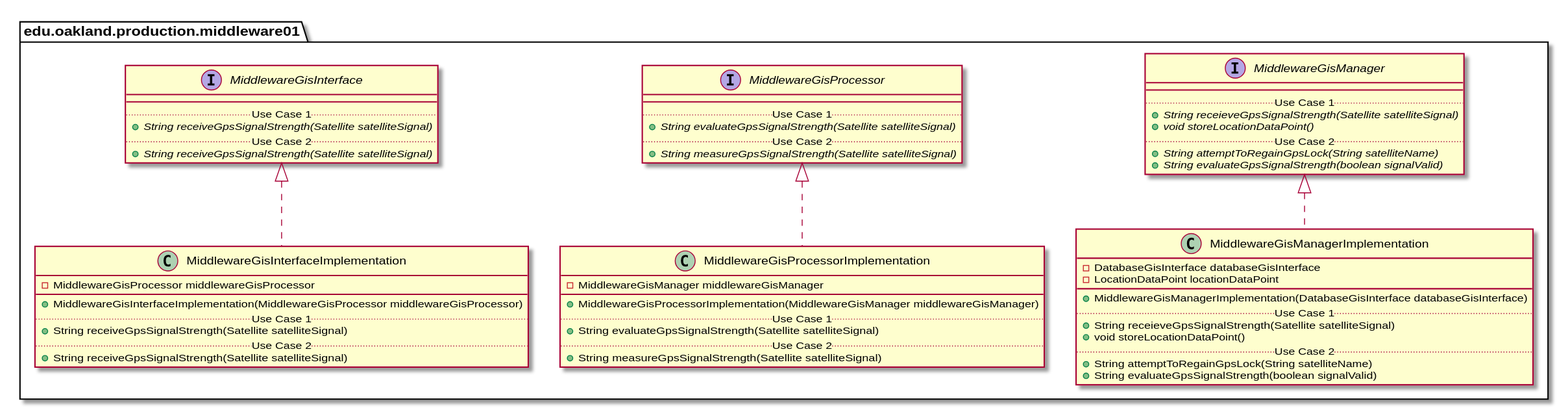
Before: docs/uml-class-diagrams/middleware01/production/Middleware01ProductionPackage_InternalDependencies.svg, a diagram exported from PlantUML (elilley15/csi-3370-software-project).
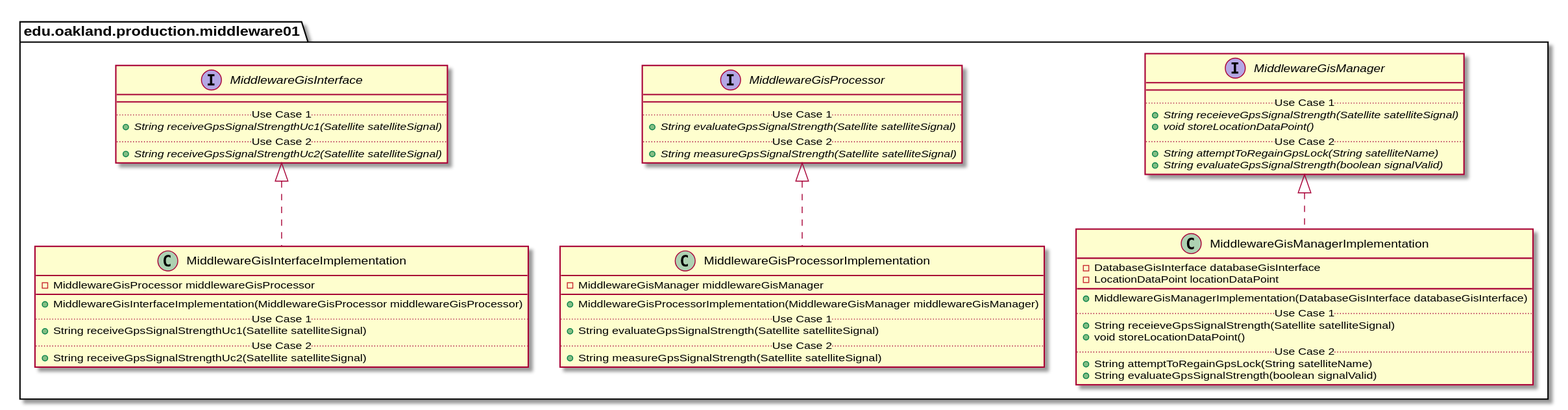
Later version of the same file.

Change to the diagram source:
```diff
@@ -9,9 +9,9 @@
     interface MiddlewareGisInterface {
         __
         .. Use Case 1 ..
-        {abstract} + String receiveGpsSignalStrength(Satellite satelliteSignal)
+        {abstract} + String receiveGpsSignalStrengthUc1(Satellite satelliteSignal)
         .. Use Case 2 ..
-        {abstract} + String receiveGpsSignalStrength(Satellite satelliteSignal)
+        {abstract} + String receiveGpsSignalStrengthUc2(Satellite satelliteSignal)
     }
 }
 
@@ -46,9 +46,9 @@
         __
         + MiddlewareGisInterfaceImplementation(MiddlewareGisProcessor middlewareGisProcessor)
         .. Use Case 1 ..
-        + String receiveGpsSignalStrength(Satellite satelliteSignal)
+        + String receiveGpsSignalStrengthUc1(Satellite satelliteSignal)
         .. Use Case 2 ..
-        + String receiveGpsSignalStrength(Satellite satelliteSignal)
+        + String receiveGpsSignalStrengthUc2(Satellite satelliteSignal)
     }
 }
 
```
